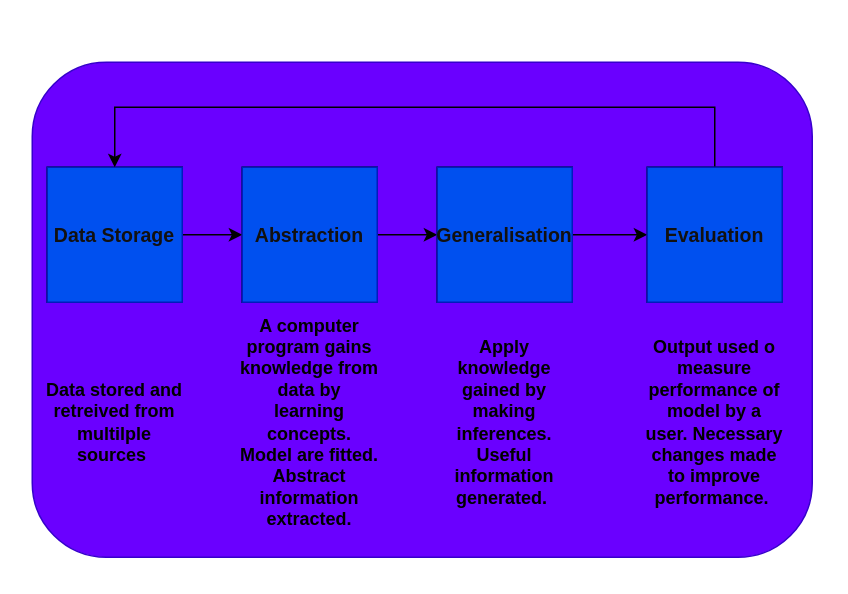
Before: Untitled Diagram.drawio in kechcole/Flow-Chart-Diagrams, a draw.io diagram. Source tidied: cells renumbered, new cells numbered last; positions are measured from the earlier drawing's top-left corner, leaving out a move shared by most shapes. Both pictures are drawn from the tidied source at 150%, with x=0, y=0 at pixel (32, 62).
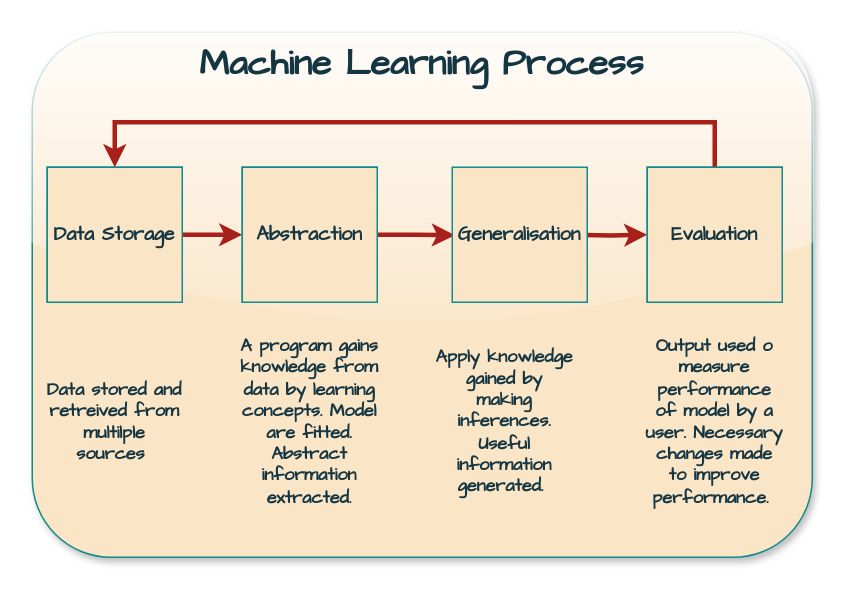
Above is the later version.

Change to the diagram source:
```diff
@@
-    <mxCell id="2" style="rounded=1;textOpacity=10;labelBackgroundColor=none;fillColor=#6a00ff;fontColor=#121111;strokeColor=#3700CC;fontSize=13;textShadow=0;labelBorderColor=none;whiteSpace=wrap;html=1;spacing=0;" parent="1" vertex="1">
-      <mxGeometry width="520" height="330" as="geometry" />
+    <mxCell id="2" style="rounded=1;textOpacity=10;labelBackgroundColor=none;fillColor=#FAE5C7;strokeColor=#0F8B8D;fontSize=13;textShadow=0;labelBorderColor=none;whiteSpace=wrap;html=1;spacing=0;fontFamily=Comic Sans MS;glass=1;shadow=1;fillStyle=auto;fontColor=#143642;" parent="1" vertex="1">
+      <mxGeometry y="-20" width="520" height="350" as="geometry" />
     </mxCell>
-    <mxCell id="3" style="edgeStyle=orthogonalEdgeStyle;rounded=0;jettySize=auto;html=1;" parent="1" edge="1" source="4" target="6">
+    <mxCell id="3" style="edgeStyle=orthogonalEdgeStyle;rounded=0;jettySize=auto;html=1;fillColor=#FAE5C7;strokeColor=#A8201A;flowAnimation=1;strokeWidth=3;labelBackgroundColor=none;fontColor=default;" parent="1" edge="1" source="4" target="6">
       <mxGeometry relative="1" as="geometry" />
     </mxCell>
-    <mxCell id="4" style="whiteSpace=wrap;html=1;" parent="1" vertex="1">
+    <mxCell id="4" style="whiteSpace=wrap;html=1;labelBackgroundColor=none;fillColor=#FAE5C7;strokeColor=#0F8B8D;fontColor=#143642;" parent="1" vertex="1">
       <mxGeometry x="10" y="70" width="90" height="90" as="geometry" />
     </mxCell>
-    <mxCell id="5" style="edgeStyle=orthogonalEdgeStyle;rounded=0;jettySize=auto;html=1;" parent="1" edge="1" source="6" target="8">
+    <mxCell id="5" style="edgeStyle=orthogonalEdgeStyle;rounded=0;jettySize=auto;html=1;fillColor=#FAE5C7;strokeColor=#A8201A;strokeWidth=3;flowAnimation=1;labelBackgroundColor=none;fontColor=default;exitX=1;exitY=0.5;exitDx=0;exitDy=0;entryX=0.02;entryY=0.504;entryDx=0;entryDy=0;entryPerimeter=0;" parent="1" edge="1" source="11" target="14">
       <mxGeometry relative="1" as="geometry" />
     </mxCell>
-    <mxCell id="6" style="whiteSpace=wrap;html=1;" parent="1" vertex="1">
+    <mxCell id="6" style="whiteSpace=wrap;html=1;labelBackgroundColor=none;fillColor=#FAE5C7;strokeColor=#0F8B8D;fontColor=#143642;" parent="1" vertex="1">
       <mxGeometry x="140" y="70" width="90" height="90" as="geometry" />
     </mxCell>
-    <mxCell id="7" style="edgeStyle=orthogonalEdgeStyle;rounded=0;jettySize=auto;html=1;" parent="1" edge="1" source="8" target="9">
-      <mxGeometry relative="1" as="geometry" />
+    <mxCell id="7" style="edgeStyle=orthogonalEdgeStyle;rounded=0;jettySize=auto;html=1;fillColor=#FAE5C7;strokeColor=#A8201A;strokeWidth=3;flowAnimation=1;labelBackgroundColor=none;fontColor=default;" parent="1" edge="1" target="9">
+      <mxGeometry relative="1" as="geometry">
+        <mxPoint x="360" y="115" as="sourcePoint" />
+      </mxGeometry>
     </mxCell>
-    <mxCell id="8" style="whiteSpace=wrap;html=1;" parent="1" vertex="1">
-      <mxGeometry x="270" y="70" width="90" height="90" as="geometry" />
-    </mxCell>
-    <mxCell id="9" style="whiteSpace=wrap;html=1;" parent="1" vertex="1">
+    <mxCell id="9" style="whiteSpace=wrap;html=1;labelBackgroundColor=none;fillColor=#FAE5C7;strokeColor=#0F8B8D;fontColor=#143642;" parent="1" vertex="1">
       <mxGeometry x="410" y="70" width="90" height="90" as="geometry" />
     </mxCell>
-    <mxCell id="10" value="Data Storage" style="text;html=1;align=center;verticalAlign=middle;whiteSpace=wrap;rounded=0;fillColor=#0050ef;fontStyle=1;fontColor=#121111;strokeColor=#001DBC;fontSize=13;labelBorderColor=none;labelBackgroundColor=none;textShadow=0;" parent="1" vertex="1">
+    <mxCell id="10" value="Data Storage" style="text;html=1;align=center;verticalAlign=middle;whiteSpace=wrap;rounded=0;fillColor=#FAE5C7;fontStyle=1;fontColor=#143642;strokeColor=#0F8B8D;fontSize=13;labelBorderColor=none;labelBackgroundColor=none;textShadow=0;fontFamily=Comic Sans MS;" parent="1" vertex="1">
       <mxGeometry x="10" y="70" width="90" height="90" as="geometry" />
     </mxCell>
-    <mxCell id="11" value="Abstraction" style="text;html=1;align=center;verticalAlign=middle;whiteSpace=wrap;rounded=0;fontStyle=1;fillColor=#0050ef;fontColor=#121111;strokeColor=#001DBC;fontSize=13;labelBorderColor=none;labelBackgroundColor=none;textShadow=0;" parent="1" vertex="1">
+    <mxCell id="11" value="Abstraction" style="text;html=1;align=center;verticalAlign=middle;whiteSpace=wrap;rounded=0;fontStyle=1;fillColor=#FAE5C7;fontColor=#143642;strokeColor=#0F8B8D;fontSize=13;labelBorderColor=none;labelBackgroundColor=none;textShadow=0;fontFamily=Comic Sans MS;" parent="1" vertex="1">
       <mxGeometry x="140" y="70" width="90" height="90" as="geometry" />
     </mxCell>
-    <mxCell id="12" style="edgeStyle=orthogonalEdgeStyle;rounded=0;jettySize=auto;html=1;exitX=0.5;exitY=0;exitDx=0;exitDy=0;entryX=0.5;entryY=0;entryDx=0;entryDy=0;" parent="1" edge="1" source="13" target="10">
+    <mxCell id="12" style="edgeStyle=orthogonalEdgeStyle;rounded=0;jettySize=auto;html=1;exitX=0.5;exitY=0;exitDx=0;exitDy=0;entryX=0.5;entryY=0;entryDx=0;entryDy=0;fillColor=#FAE5C7;strokeColor=#A8201A;strokeWidth=3;flowAnimation=1;labelBackgroundColor=none;fontColor=default;" parent="1" edge="1" source="13" target="10">
       <mxGeometry relative="1" as="geometry">
         <Array as="points">
-          <mxPoint x="455" y="30" />
-          <mxPoint x="55" y="30" />
+          <mxPoint x="455" y="40" />
+          <mxPoint x="55" y="40" />
         </Array>
       </mxGeometry>
     </mxCell>
-    <mxCell id="13" value="Evaluation" style="text;html=1;align=center;verticalAlign=middle;whiteSpace=wrap;rounded=0;fontStyle=1;fillColor=#0050ef;fontColor=#121111;strokeColor=#001DBC;fontSize=13;labelBorderColor=none;labelBackgroundColor=none;textShadow=0;" parent="1" vertex="1">
+    <mxCell id="13" value="Evaluation" style="text;html=1;align=center;verticalAlign=middle;whiteSpace=wrap;rounded=0;fontStyle=1;fillColor=#FAE5C7;fontColor=#143642;strokeColor=#0F8B8D;fontSize=13;labelBorderColor=none;labelBackgroundColor=none;textShadow=0;fontFamily=Comic Sans MS;" parent="1" vertex="1">
       <mxGeometry x="410" y="70" width="90" height="90" as="geometry" />
     </mxCell>
-    <mxCell id="14" value="Generalisation" style="text;html=1;align=center;verticalAlign=middle;whiteSpace=wrap;rounded=0;fontStyle=1;fillColor=#0050ef;fontColor=#121111;strokeColor=#001DBC;fontSize=13;labelBorderColor=none;labelBackgroundColor=none;textShadow=0;" parent="1" vertex="1">
-      <mxGeometry x="270" y="70" width="90" height="90" as="geometry" />
+    <mxCell id="14" value="Generalisation" style="text;html=1;align=center;verticalAlign=middle;whiteSpace=wrap;rounded=0;fontStyle=1;fillColor=#FAE5C7;fontColor=#143642;strokeColor=#0F8B8D;fontSize=13;labelBorderColor=none;labelBackgroundColor=none;textShadow=0;fontFamily=Comic Sans MS;" parent="1" vertex="1">
+      <mxGeometry x="280" y="70" width="90" height="90" as="geometry" />
     </mxCell>
-    <mxCell id="15" value="Data stored and retreived from multilple sources " style="text;align=center;verticalAlign=middle;rounded=0;shadow=1;perimeterSpacing=1;opacity=60;fontStyle=1;textShadow=0;labelBackgroundColor=none;whiteSpace=wrap;html=1;spacing=0;" parent="1" vertex="1">
+    <mxCell id="15" value="Data stored and retreived from multilple sources&amp;nbsp;" style="text;align=center;verticalAlign=middle;rounded=0;shadow=1;perimeterSpacing=1;opacity=60;fontStyle=1;textShadow=0;labelBackgroundColor=none;whiteSpace=wrap;html=1;spacing=0;fontFamily=Comic Sans MS;fontColor=#143642;" parent="1" vertex="1">
       <mxGeometry x="10" y="180" width="90" height="120" as="geometry" />
     </mxCell>
-    <mxCell id="16" value="A computer program gains knowledge from data by learning concepts. Model are fitted. Abstract information extracted." style="text;align=center;verticalAlign=middle;rounded=0;shadow=1;perimeterSpacing=1;opacity=60;fontStyle=1;textShadow=0;labelBackgroundColor=none;whiteSpace=wrap;html=1;spacing=0;" parent="1" vertex="1">
+    <mxCell id="16" value="A program gains knowledge from data by learning concepts. Model are fitted. Abstract information extracted." style="text;align=center;verticalAlign=middle;rounded=0;shadow=1;perimeterSpacing=1;opacity=60;fontStyle=1;textShadow=0;labelBackgroundColor=none;whiteSpace=wrap;html=1;spacing=0;fontFamily=Comic Sans MS;fontColor=#143642;" parent="1" vertex="1">
       <mxGeometry x="140" y="180" width="90" height="120" as="geometry" />
     </mxCell>
-    <mxCell id="17" value="Output used o measure performance of model by a user. Necessary changes made to improve performance. " style="text;align=center;verticalAlign=middle;rounded=0;shadow=1;perimeterSpacing=1;opacity=60;fontStyle=1;textShadow=0;labelBackgroundColor=none;whiteSpace=wrap;html=1;spacing=0;" parent="1" vertex="1">
+    <mxCell id="17" value="Output used o measure performance of model by a user. Necessary changes made to improve performance.&amp;nbsp;" style="text;align=center;verticalAlign=middle;rounded=0;shadow=1;perimeterSpacing=1;opacity=60;fontStyle=1;textShadow=0;labelBackgroundColor=none;whiteSpace=wrap;html=1;spacing=0;fontFamily=Comic Sans MS;fontColor=#143642;" parent="1" vertex="1">
       <mxGeometry x="410" y="180" width="90" height="120" as="geometry" />
     </mxCell>
-    <mxCell id="18" value="Apply knowledge gained by making inferences. Useful information generated. " style="text;align=center;verticalAlign=middle;rounded=0;shadow=1;perimeterSpacing=1;opacity=60;fontStyle=1;textShadow=0;labelBackgroundColor=none;whiteSpace=wrap;html=1;spacing=0;" parent="1" vertex="1">
+    <mxCell id="18" value="Apply knowledge gained by making inferences. Useful information generated.&amp;nbsp;" style="text;align=center;verticalAlign=middle;rounded=0;shadow=1;perimeterSpacing=1;opacity=60;fontStyle=1;textShadow=0;labelBackgroundColor=none;whiteSpace=wrap;html=1;spacing=0;fontFamily=Comic Sans MS;fontColor=#143642;" parent="1" vertex="1">
       <mxGeometry x="270" y="180" width="90" height="120" as="geometry" />
     </mxCell>
+    <mxCell id="19" value="&lt;h1 style=&quot;margin-top: 0px;&quot;&gt;Machine Learning Process&lt;/h1&gt;" style="text;html=1;whiteSpace=wrap;overflow=hidden;rounded=0;align=center;labelBackgroundColor=none;fontColor=#143642;fontFamily=Comic Sans MS;" parent="1" vertex="1">
+      <mxGeometry x="65" y="-20" width="390" height="40" as="geometry" />
+    </mxCell>
```
